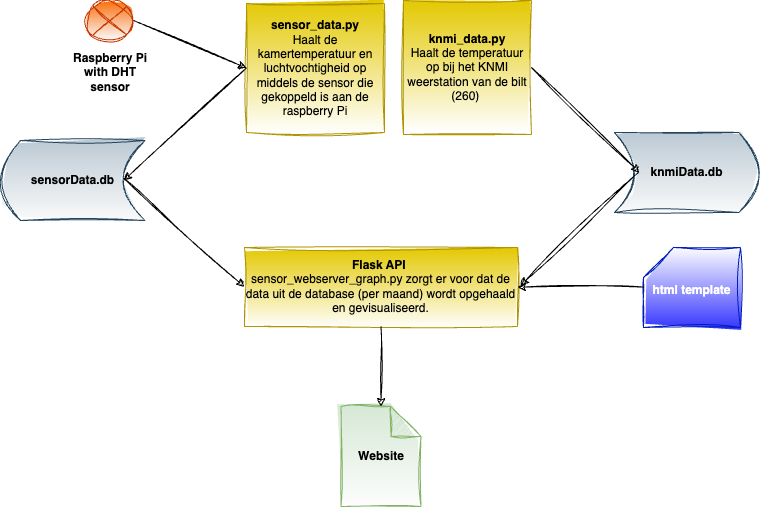
Earlier version of the draw.io export img/setup.png (Nelleke20/service.sensor-data). Source tidied: cells renumbered, new cells last; positions are measured from the earlier drawing's top-left corner, leaving out a move shared by most shapes.
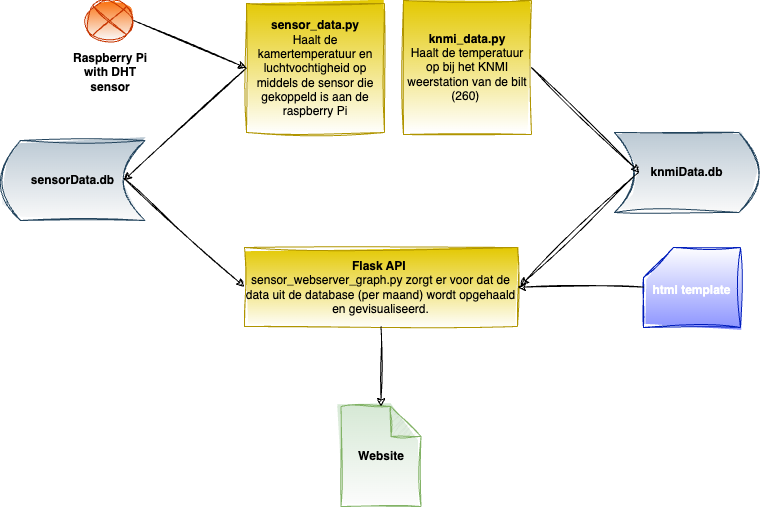
The same file after the commit.

What changed in the source:
```diff
@@ -32,7 +32,7 @@
     <mxCell id="11" style="endArrow=classic;html=1;sketch=1;hachureGap=4;jiggle=2;curveFitting=1;fontFamily=Architects Daughter;fontSource=https%3A%2F%2Ffonts.googleapis.com%2Fcss%3Ffamily%3DArchitects%2BDaughter;fontSize=12;exitX=0.5;exitY=1;exitDx=0;exitDy=0;entryX=0.5;entryY=0;entryDx=0;entryDy=0;entryPerimeter=0;" parent="1" edge="1" source="9" target="10">
       <mxGeometry relative="1" as="geometry" />
     </mxCell>
-    <mxCell id="12" value="&lt;font style=&quot;font-size: 12px;&quot;&gt;html template&lt;/font&gt;" style="shape=card;whiteSpace=wrap;html=1;sketch=1;hachureGap=4;jiggle=2;curveFitting=1;fontFamily=Helvetica;fontSize=20;fillColor=#FFFFFF;strokeColor=#001DBC;fontStyle=1;fontColor=#ffffff;gradientColor=#3333FF;" parent="1" vertex="1">
+    <mxCell id="12" value="&lt;font style=&quot;font-size: 12px;&quot;&gt;html template&lt;/font&gt;" style="shape=card;whiteSpace=wrap;html=1;sketch=1;hachureGap=4;jiggle=2;curveFitting=1;fontFamily=Helvetica;fontSize=20;fillColor=#FFFFFF;strokeColor=#001DBC;fontStyle=1;fontColor=#ffffff;gradientColor=#8A92FF;gradientDirection=south;" parent="1" vertex="1">
       <mxGeometry x="643" y="247" width="97" height="80" as="geometry" />
     </mxCell>
     <mxCell id="13" style="endArrow=classic;html=1;sketch=1;hachureGap=4;jiggle=2;curveFitting=1;fontFamily=Architects Daughter;fontSource=https%3A%2F%2Ffonts.googleapis.com%2Fcss%3Ffamily%3DArchitects%2BDaughter;fontSize=12;exitX=0.003;exitY=0.495;exitDx=0;exitDy=0;exitPerimeter=0;entryX=1;entryY=0.5;entryDx=0;entryDy=0;" parent="1" edge="1" source="12" target="9">
```
